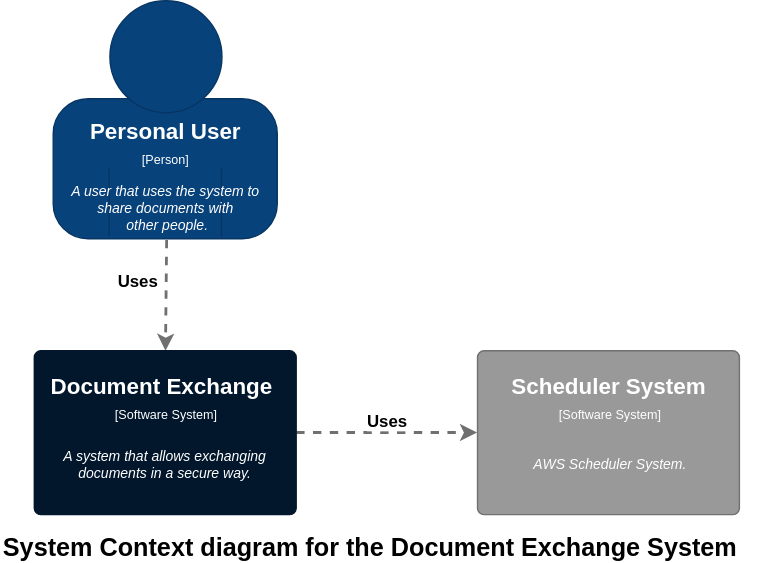
The draw.io diagram Documentation/Architecture/Level1-Context.svg in kkolodziejczak/PBAI, before a commit. Source tidied: cells renumbered, new cells last; positions are measured from the earlier drawing's top-left corner, leaving out a move shared by most shapes.
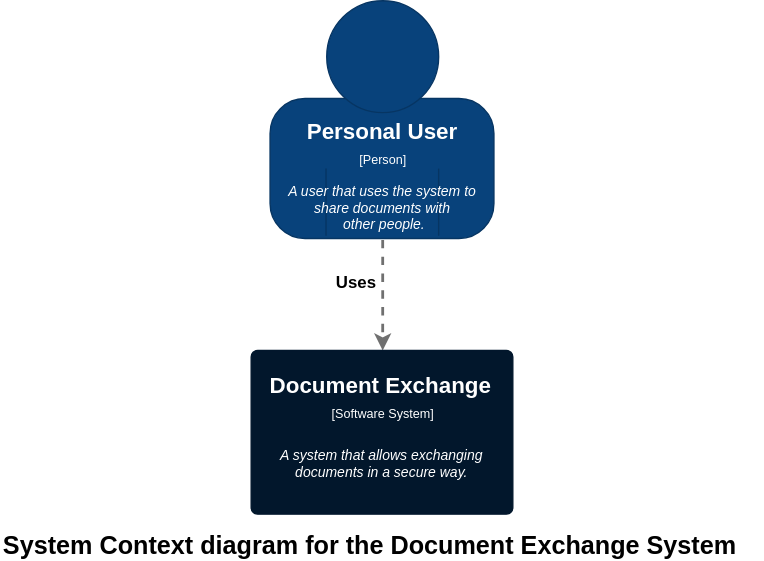
After the commit.

Diff of the diagram source:
```diff
@@ -2,7 +2,7 @@
   <root>
     <mxCell id="0" />
     <mxCell id="1" parent="0" />
-    <mxCell id="2" style="endArrow=classic;html=1;strokeWidth=2;dashed=1;strokeColor=#707070;rounded=0;exitX=0.506;exitY=1.08;entryX=0.5;entryY=0;exitPerimeter=0;" parent="1" edge="1" source="14" target="20">
+    <mxCell id="2" style="endArrow=classic;html=1;strokeWidth=2;dashed=1;strokeColor=#707070;rounded=0;exitX=0.506;exitY=1.08;entryX=0.5;entryY=0;exitPerimeter=0;" parent="1" edge="1" source="12" target="18">
       <mxGeometry relative="1" as="geometry" />
     </mxCell>
     <mxCell id="3" value="&lt;span&gt;&lt;b&gt;Uses&lt;/b&gt;&lt;/span&gt;&lt;span&gt;&lt;b&gt;&lt;br&gt;&lt;/b&gt;&lt;/span&gt;" style="text;html=1;align=center;verticalAlign=middle;labelBackgroundColor=#ffffff;" parent="2" vertex="1">
@@ -10,94 +10,68 @@
         <mxPoint x="-16.5" y="-27.5" as="offset" />
       </mxGeometry>
     </mxCell>
-    <mxCell id="4" style="endArrow=classic;html=1;strokeWidth=2;dashed=1;strokeColor=#707070;rounded=0;exitX=1;exitY=0.5;entryX=0;entryY=0.5;" parent="1" edge="1" source="20" target="26">
-      <mxGeometry relative="1" as="geometry" />
+    <mxCell id="4" value="System Context diagram for the Document Exchange System" style="text;html=1;strokeColor=none;fillColor=none;align=left;verticalAlign=middle;whiteSpace=wrap;rounded=0;fontSize=18;fontStyle=1;" parent="1" vertex="1">
+      <mxGeometry x="-155" y="380" width="545" height="20" as="geometry" />
     </mxCell>
-    <mxCell id="5" value="&lt;span&gt;&lt;b&gt;Uses&lt;/b&gt;&lt;/span&gt;&lt;span&gt;&lt;b&gt;&lt;br&gt;&lt;/b&gt;&lt;/span&gt;" style="text;html=1;align=center;verticalAlign=middle;labelBackgroundColor=#ffffff;" parent="4" vertex="1">
-      <mxGeometry x="0.44" y="-3" relative="1" as="geometry">
-        <mxPoint x="-28.5" y="-11.5" as="offset" />
-      </mxGeometry>
+    <mxCell id="5" style="group;fillColor=none;" parent="1" vertex="1">
+      <mxGeometry x="37.5" width="160" height="170" as="geometry" />
     </mxCell>
-    <mxCell id="6" value="System Context diagram for the Document Exchange System" style="text;html=1;strokeColor=none;fillColor=none;align=left;verticalAlign=middle;whiteSpace=wrap;rounded=0;fontSize=18;fontStyle=1;" parent="1" vertex="1">
-      <mxGeometry y="380" width="545" height="20" as="geometry" />
+    <mxCell id="6" style="group;" parent="5" vertex="1">
+      <mxGeometry width="160" height="170" as="geometry" />
     </mxCell>
-    <mxCell id="7" style="group;fillColor=none;" parent="1" vertex="1">
-      <mxGeometry x="37.5" width="160" height="170" as="geometry" />
+    <mxCell id="7" style="group;fillColor=#ffffff;strokeColor=none;absoluteArcSize=1;" parent="6" vertex="1">
+      <mxGeometry y="70" width="160" height="100" as="geometry" />
     </mxCell>
-    <mxCell id="8" style="group;" parent="7" vertex="1">
-      <mxGeometry width="160" height="170" as="geometry" />
+    <mxCell id="8" style="group;fillColor=none;" parent="7" vertex="1">
+      <mxGeometry width="160" height="100" as="geometry" />
     </mxCell>
-    <mxCell id="9" style="group;fillColor=#ffffff;strokeColor=none;absoluteArcSize=1;" parent="8" vertex="1">
-      <mxGeometry y="70" width="160" height="100" as="geometry" />
+    <mxCell id="9" style="rounded=1;whiteSpace=wrap;html=1;fillColor=#08427B;strokeColor=#063563;arcSize=25;" parent="8" vertex="1">
+      <mxGeometry width="160" height="100" as="geometry" />
     </mxCell>
-    <mxCell id="10" style="group;fillColor=none;" parent="9" vertex="1">
-      <mxGeometry width="160" height="100" as="geometry" />
+    <mxCell id="10" style="endArrow=none;html=1;strokeColor=#063563;" parent="7" edge="1">
+      <mxGeometry relative="1" as="geometry">
+        <mxPoint x="40" y="50" as="sourcePoint" />
+        <mxPoint x="40" y="98" as="targetPoint" />
+      </mxGeometry>
     </mxCell>
-    <mxCell id="11" style="rounded=1;whiteSpace=wrap;html=1;fillColor=#08427B;strokeColor=#063563;arcSize=25;" parent="10" vertex="1">
-      <mxGeometry width="160" height="100" as="geometry" />
+    <mxCell id="11" style="edgeStyle=orthogonalEdgeStyle;html=1;entryX=0.75;entryY=1;jettySize=auto;strokeColor=#063563;curved=1;endArrow=none;endFill=0;" parent="7" edge="1" target="12">
+      <mxGeometry relative="1" as="geometry">
+        <mxPoint x="120" y="50" as="sourcePoint" />
+        <Array as="points">
+          <mxPoint x="120" y="70" />
+          <mxPoint x="120" y="70" />
+        </Array>
+      </mxGeometry>
     </mxCell>
-    <mxCell id="12" style="endArrow=none;html=1;strokeColor=#063563;" parent="9" edge="1">
-      <mxGeometry relative="1" as="geometry">
-        <mxPoint x="40" y="50" as="sourcePoint" />
-        <mxPoint x="40" y="98" as="targetPoint" />
-      </mxGeometry>
+    <mxCell id="12" value="&lt;i&gt;A user that uses the system to share documents&amp;nbsp;with&lt;br&gt;&amp;nbsp;other people.&lt;/i&gt;&lt;br&gt;" style="text;strokeColor=none;fillColor=none;align=center;verticalAlign=middle;whiteSpace=wrap;rounded=0;fontSize=10;fontColor=#FFFFFF;html=1;spacing=1;" parent="7" vertex="1">
+      <mxGeometry y="58" width="160" height="40" as="geometry" />
     </mxCell>
-    <mxCell id="13" style="edgeStyle=orthogonalEdgeStyle;html=1;entryX=0.75;entryY=1;jettySize=auto;strokeColor=#063563;curved=1;endArrow=none;endFill=0;" parent="9" edge="1" target="14">
-      <mxGeometry relative="1" as="geometry">
-        <mxPoint x="120" y="50" as="sourcePoint" />
-        <Array as="points">
-          <mxPoint x="120" y="70" />
-          <mxPoint x="120" y="70" />
-        </Array>
-      </mxGeometry>
+    <mxCell id="13" value="&lt;font style=&quot;font-size: 9px&quot;&gt;[Person]&lt;/font&gt;&lt;br&gt;" style="text;html=1;strokeColor=none;fillColor=none;align=center;verticalAlign=middle;whiteSpace=wrap;rounded=0;fontSize=12;fontColor=#FFFFFF;" parent="7" vertex="1">
+      <mxGeometry y="32" width="160" height="21" as="geometry" />
     </mxCell>
-    <mxCell id="14" value="&lt;i&gt;A user that uses the system to share documents&amp;nbsp;with&lt;br&gt;&amp;nbsp;other people.&lt;/i&gt;&lt;br&gt;" style="text;strokeColor=none;fillColor=none;align=center;verticalAlign=middle;whiteSpace=wrap;rounded=0;fontSize=10;fontColor=#FFFFFF;html=1;spacing=1;" parent="9" vertex="1">
-      <mxGeometry y="58" width="160" height="40" as="geometry" />
+    <mxCell id="14" value="Personal User" style="text;html=1;strokeColor=none;fillColor=none;align=center;verticalAlign=middle;whiteSpace=wrap;rounded=0;fontColor=#FFFFFF;fontStyle=1;fontSize=16;" parent="7" vertex="1">
+      <mxGeometry y="12" width="160" height="21" as="geometry" />
     </mxCell>
-    <mxCell id="15" value="&lt;font style=&quot;font-size: 9px&quot;&gt;[Person]&lt;/font&gt;&lt;br&gt;" style="text;html=1;strokeColor=none;fillColor=none;align=center;verticalAlign=middle;whiteSpace=wrap;rounded=0;fontSize=12;fontColor=#FFFFFF;" parent="9" vertex="1">
-      <mxGeometry y="32" width="160" height="21" as="geometry" />
+    <mxCell id="15" style="ellipse;whiteSpace=wrap;html=1;strokeColor=#063563;fillColor=#08427B;gradientColor=none;" parent="6" vertex="1">
+      <mxGeometry x="40" width="80" height="80" as="geometry" />
     </mxCell>
-    <mxCell id="16" value="Personal User" style="text;html=1;strokeColor=none;fillColor=none;align=center;verticalAlign=middle;whiteSpace=wrap;rounded=0;fontColor=#FFFFFF;fontStyle=1;fontSize=16;" parent="9" vertex="1">
-      <mxGeometry y="12" width="160" height="21" as="geometry" />
+    <mxCell id="16" style="group;fillColor=#ffffff;strokeColor=none;absoluteArcSize=1;" parent="1" vertex="1">
+      <mxGeometry x="24" y="250" width="187" height="117" as="geometry" />
     </mxCell>
-    <mxCell id="17" style="ellipse;whiteSpace=wrap;html=1;strokeColor=#063563;fillColor=#08427B;gradientColor=none;" parent="8" vertex="1">
-      <mxGeometry x="40" width="80" height="80" as="geometry" />
+    <mxCell id="17" style="group;fillColor=none;" parent="16" vertex="1">
+      <mxGeometry width="187" height="117" as="geometry" />
     </mxCell>
-    <mxCell id="18" style="group;fillColor=#ffffff;strokeColor=none;absoluteArcSize=1;" parent="1" vertex="1">
-      <mxGeometry x="24" y="250" width="187" height="117" as="geometry" />
+    <mxCell id="18" style="rounded=1;whiteSpace=wrap;html=1;fillColor=#02172C;strokeColor=#02172C;arcSize=4;" parent="17" vertex="1">
+      <mxGeometry width="187" height="117" as="geometry" />
     </mxCell>
-    <mxCell id="19" style="group;fillColor=none;" parent="18" vertex="1">
-      <mxGeometry width="187" height="117" as="geometry" />
+    <mxCell id="19" value="Document Exchange&amp;nbsp;" style="text;html=1;strokeColor=none;fillColor=none;align=center;verticalAlign=middle;whiteSpace=wrap;rounded=0;fontColor=#FFFFFF;fontStyle=1;fontSize=16;" parent="16" vertex="1">
+      <mxGeometry y="12" width="187" height="24.6" as="geometry" />
     </mxCell>
-    <mxCell id="20" style="rounded=1;whiteSpace=wrap;html=1;fillColor=#02172C;strokeColor=#02172C;arcSize=4;" parent="19" vertex="1">
-      <mxGeometry width="187" height="117" as="geometry" />
+    <mxCell id="20" value="&lt;font style=&quot;font-size: 9px&quot;&gt;[Software System]&lt;/font&gt;&lt;br&gt;" style="text;html=1;strokeColor=none;fillColor=none;align=center;verticalAlign=middle;whiteSpace=wrap;rounded=0;fontSize=12;fontColor=#FFFFFF;" parent="16" vertex="1">
+      <mxGeometry y="32" width="187" height="24.6" as="geometry" />
     </mxCell>
-    <mxCell id="21" value="Document Exchange&amp;nbsp;" style="text;html=1;strokeColor=none;fillColor=none;align=center;verticalAlign=middle;whiteSpace=wrap;rounded=0;fontColor=#FFFFFF;fontStyle=1;fontSize=16;" parent="18" vertex="1">
-      <mxGeometry y="12" width="187" height="24.6" as="geometry" />
+    <mxCell id="21" value="&lt;i&gt;A system that allows exchanging documents in a secure way.&lt;/i&gt;&lt;br&gt;" style="text;strokeColor=none;fillColor=none;align=center;verticalAlign=middle;whiteSpace=wrap;rounded=0;fontSize=10;fontColor=#FFFFFF;html=1;spacing=1;" parent="16" vertex="1">
+      <mxGeometry y="58" width="187" height="46.8" as="geometry" />
     </mxCell>
-    <mxCell id="22" value="&lt;font style=&quot;font-size: 9px&quot;&gt;[Software System]&lt;/font&gt;&lt;br&gt;" style="text;html=1;strokeColor=none;fillColor=none;align=center;verticalAlign=middle;whiteSpace=wrap;rounded=0;fontSize=12;fontColor=#FFFFFF;" parent="18" vertex="1">
-      <mxGeometry y="32" width="187" height="24.6" as="geometry" />
-    </mxCell>
-    <mxCell id="23" value="&lt;i&gt;A system that allows exchanging documents in a secure way.&lt;/i&gt;&lt;br&gt;" style="text;strokeColor=none;fillColor=none;align=center;verticalAlign=middle;whiteSpace=wrap;rounded=0;fontSize=10;fontColor=#FFFFFF;html=1;spacing=1;" parent="18" vertex="1">
-      <mxGeometry y="58" width="187" height="46.8" as="geometry" />
-    </mxCell>
-    <mxCell id="24" style="group;fillColor=#ffffff;strokeColor=none;absoluteArcSize=1;" parent="1" vertex="1">
-      <mxGeometry x="340.5" y="250" width="187" height="117" as="geometry" />
-    </mxCell>
-    <mxCell id="25" style="group;fillColor=none;" parent="24" vertex="1">
-      <mxGeometry width="187" height="117" as="geometry" />
-    </mxCell>
-    <mxCell id="26" style="rounded=1;whiteSpace=wrap;html=1;fillColor=#999999;strokeColor=#707070;arcSize=4;" parent="25" vertex="1">
-      <mxGeometry width="187" height="117" as="geometry" />
-    </mxCell>
-    <mxCell id="27" value="Scheduler System" style="text;html=1;strokeColor=none;fillColor=none;align=center;verticalAlign=middle;whiteSpace=wrap;rounded=0;fontColor=#FFFFFF;fontStyle=1;fontSize=16;" parent="24" vertex="1">
-      <mxGeometry y="12" width="187" height="24.6" as="geometry" />
-    </mxCell>
-    <mxCell id="28" value="&lt;font style=&quot;font-size: 9px&quot;&gt;[Software System]&lt;/font&gt;&lt;br&gt;" style="text;html=1;strokeColor=none;fillColor=none;align=center;verticalAlign=middle;whiteSpace=wrap;rounded=0;fontSize=12;fontColor=#FFFFFF;" parent="24" vertex="1">
-      <mxGeometry y="32" width="187" height="24.6" as="geometry" />
-    </mxCell>
-    <mxCell id="29" value="&lt;i&gt;AWS Scheduler System.&lt;/i&gt;" style="text;strokeColor=none;fillColor=none;align=center;verticalAlign=middle;whiteSpace=wrap;rounded=0;fontSize=10;fontColor=#FFFFFF;html=1;spacing=1;" parent="24" vertex="1">
-      <mxGeometry y="58" width="187" height="46.8" as="geometry" />
-    </mxCell>
   </root>
 </mxGraphModel>
```
